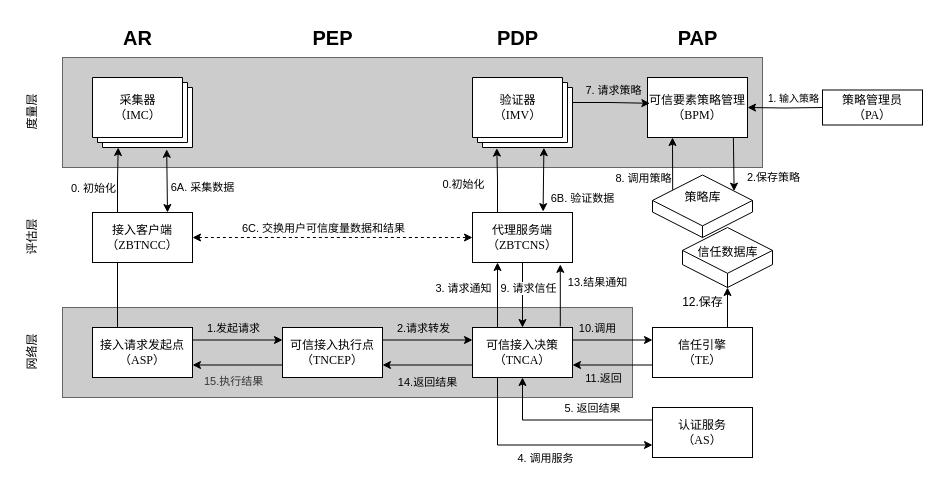
Before: testDirectory/可信接入模型.drawio in Moose1273/-, a draw.io diagram. Source tidied: cells renumbered, new cells numbered last; positions are measured from the earlier drawing's top-left corner, leaving out a move shared by most shapes. Both pictures are drawn from the tidied source at 100%, with x=0, y=0 at pixel (2, 17).
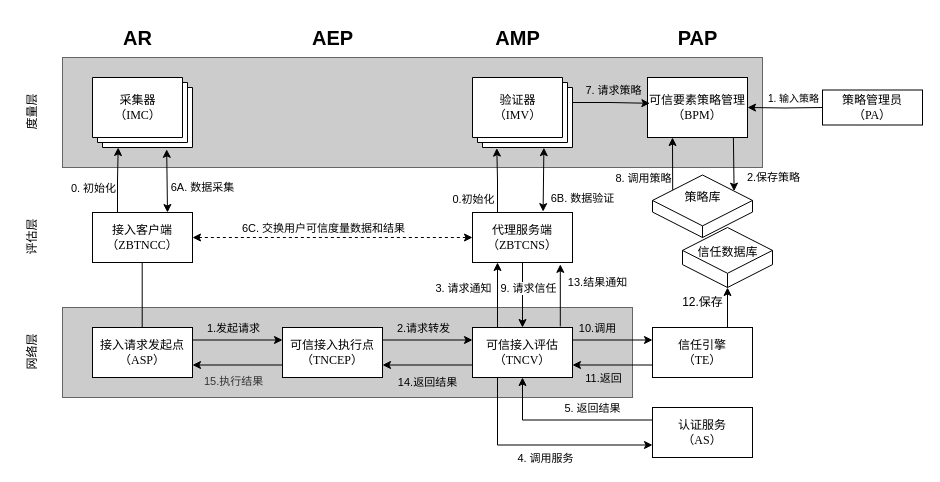
After the change.

Commit message:
更新可信接入模型.drawio

The change refers to these unchanged cells:
```xml
<mxCell id="7" value="&lt;div&gt;&lt;font face=&quot;Times New Roman&quot;&gt;接入客户端&lt;/font&gt;&lt;/div&gt;&lt;font face=&quot;Times New Roman&quot;&gt;（ZBTNCC）&lt;/font&gt;" style="rounded=0;whiteSpace=wrap;html=1;" parent="1" vertex="1">
  <mxGeometry x="90" y="195" width="100" height="50" as="geometry" />
</mxCell>
<mxCell id="13" value="接入请求发起点&lt;br&gt;&lt;font face=&quot;Times New Roman&quot;&gt;（ASP）&lt;/font&gt;" style="rounded=0;whiteSpace=wrap;html=1;" parent="1" vertex="1">
  <mxGeometry x="90" y="310" width="100" height="50" as="geometry" />
</mxCell>
<mxCell id="37" style="edgeStyle=orthogonalEdgeStyle;rounded=0;jettySize=auto;html=1;exitX=0.25;exitY=0;exitDx=0;exitDy=0;entryX=0.243;entryY=1.009;entryDx=0;entryDy=0;entryPerimeter=0;" parent="1" edge="1" source="10" target="26">
  <mxGeometry relative="1" as="geometry" />
</mxCell>
<mxCell id="46" style="endArrow=classic;startArrow=classic;html=1;rounded=0;entryX=0.75;entryY=0;entryDx=0;entryDy=0;exitX=0.742;exitY=1.026;exitDx=0;exitDy=0;exitPerimeter=0;" parent="1" edge="1" source="6" target="7">
  <mxGeometry relative="1" as="geometry" />
</mxCell>
<mxCell id="48" style="endArrow=classic;startArrow=classic;html=1;rounded=0;entryX=0.706;entryY=-0.018;entryDx=0;entryDy=0;entryPerimeter=0;exitX=0.714;exitY=1.003;exitDx=0;exitDy=0;exitPerimeter=0;" parent="1" edge="1" source="26" target="10">
  <mxGeometry relative="1" as="geometry" />
</mxCell>
```

Diff of the diagram source:
```diff
@@
-    <mxCell id="5" value="&lt;font style=&quot;font-size: 20px;&quot;&gt;&lt;b&gt;PEP&lt;/b&gt;&lt;/font&gt;" style="text;html=1;align=center;verticalAlign=middle;strokeColor=none;fillColor=none;" parent="1" vertex="1">
+    <mxCell id="5" value="&lt;font style=&quot;font-size: 20px;&quot;&gt;&lt;b&gt;AEP&lt;/b&gt;&lt;/font&gt;" style="text;html=1;align=center;verticalAlign=middle;strokeColor=none;fillColor=none;" parent="1" vertex="1">
       <mxGeometry x="300" width="60" height="40" as="geometry" />
     </mxCell>
@@
-    <mxCell id="21" value="可信接入决策&lt;br&gt;&lt;font face=&quot;Times New Roman&quot;&gt;（TNCA）&lt;/font&gt;" style="rounded=0;whiteSpace=wrap;html=1;" parent="1" vertex="1">
+    <mxCell id="21" value="可信接入评估&lt;br&gt;&lt;font face=&quot;Times New Roman&quot;&gt;（TNCV）&lt;/font&gt;" style="rounded=0;whiteSpace=wrap;html=1;" parent="1" vertex="1">
       <mxGeometry x="470" y="310" width="100" height="50" as="geometry" />
     </mxCell>
@@
     <mxCell id="38" value="0.初始化" style="edgeLabel;html=1;align=center;verticalAlign=middle;" parent="37" vertex="1">
       <mxGeometry x="-0.22" y="1" relative="1" as="geometry">
-        <mxPoint x="-34" y="-4" as="offset" />
+        <mxPoint x="-24" y="11" as="offset" />
       </mxGeometry>
     </mxCell>
@@
-    <mxCell id="45" style="endArrow=none;html=1;rounded=0;entryX=0.25;entryY=1;entryDx=0;entryDy=0;exitX=0.25;exitY=0;exitDx=0;exitDy=0;" parent="1" edge="1" source="13" target="7">
-      <mxGeometry relative="1" as="geometry" />
+    <mxCell id="45" style="endArrow=none;html=1;rounded=0;entryX=0.25;entryY=1;entryDx=0;entryDy=0;exitX=0.25;exitY=0;exitDx=0;exitDy=0;" parent="1" edge="1">
+      <mxGeometry relative="1" as="geometry">
+        <mxPoint x="139.7" y="310" as="sourcePoint" />
+        <mxPoint x="139.7" y="245" as="targetPoint" />
+      </mxGeometry>
     </mxCell>
@@
-    <mxCell id="47" value="6A. 采集数据" style="edgeLabel;html=1;align=center;verticalAlign=middle;" parent="46" vertex="1">
+    <mxCell id="47" value="6A. 数据采集" style="edgeLabel;html=1;align=center;verticalAlign=middle;" parent="46" vertex="1">
       <mxGeometry x="0.12" y="3" relative="1" as="geometry">
         <mxPoint x="32" y="3" as="offset" />
       </mxGeometry>
     </mxCell>
@@
-    <mxCell id="49" value="6B. 验证数据" style="edgeLabel;html=1;align=center;verticalAlign=middle;" parent="48" vertex="1">
+    <mxCell id="49" value="6B. 数据验证" style="edgeLabel;html=1;align=center;verticalAlign=middle;" parent="48" vertex="1">
       <mxGeometry x="-0.01" relative="1" as="geometry">
         <mxPoint x="39" y="18" as="offset" />
       </mxGeometry>
     </mxCell>
@@
-    <mxCell id="69" value="&lt;font style=&quot;font-size: 20px;&quot;&gt;&lt;b&gt;PDP&lt;/b&gt;&lt;/font&gt;" style="text;html=1;align=center;verticalAlign=middle;strokeColor=none;fillColor=none;" parent="1" vertex="1">
-      <mxGeometry x="485" width="60" height="40" as="geometry" />
+    <mxCell id="69" value="&lt;font style=&quot;font-size: 20px;&quot;&gt;&lt;b&gt;AMP&lt;/b&gt;&lt;/font&gt;" style="text;html=1;align=center;verticalAlign=middle;strokeColor=none;fillColor=none;" parent="1" vertex="1">
+      <mxGeometry x="480" width="70" height="40" as="geometry" />
     </mxCell>
```
